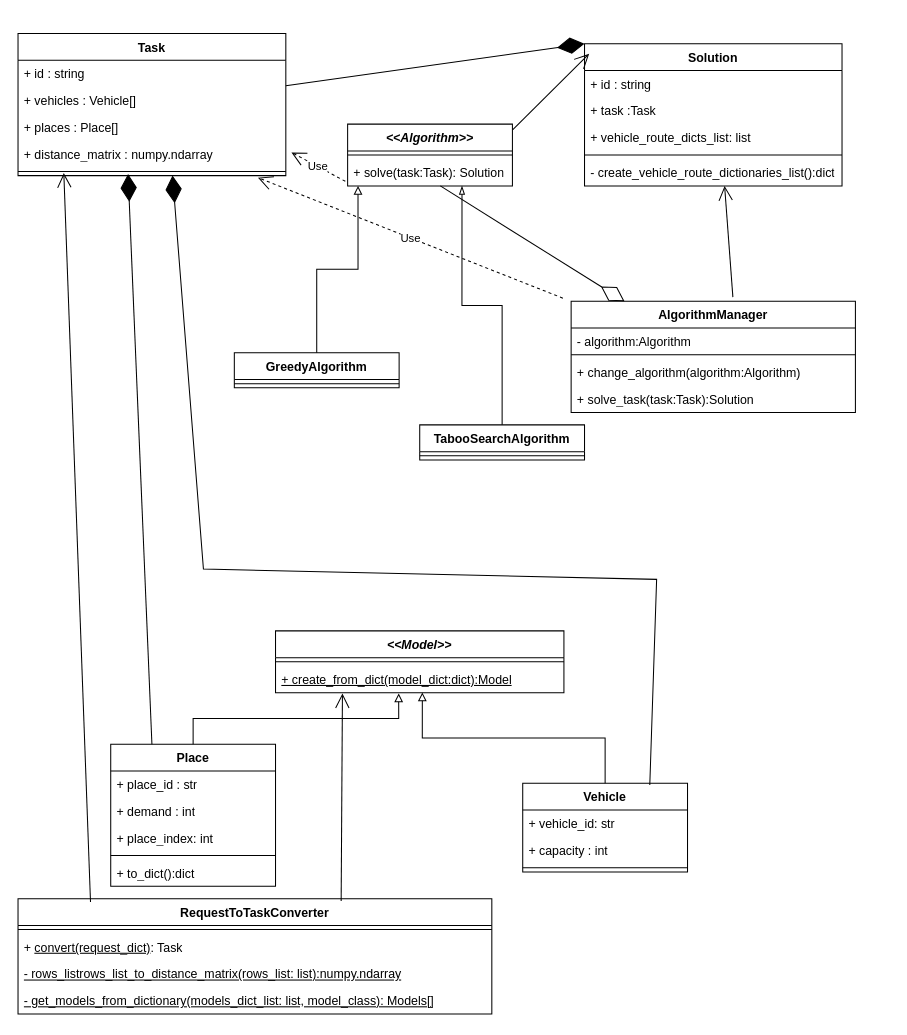
The draw.io diagram diagrams/class_diagram.drawio in AI-Alliance/OptiRoute, before the edit. Source tidied: cells renumbered, new cells numbered last; positions are measured from the earlier drawing's top-left corner, leaving out a move shared by most shapes. Both pictures are drawn from the tidied source at 103%, with x=0, y=0 at pixel (18, 33).
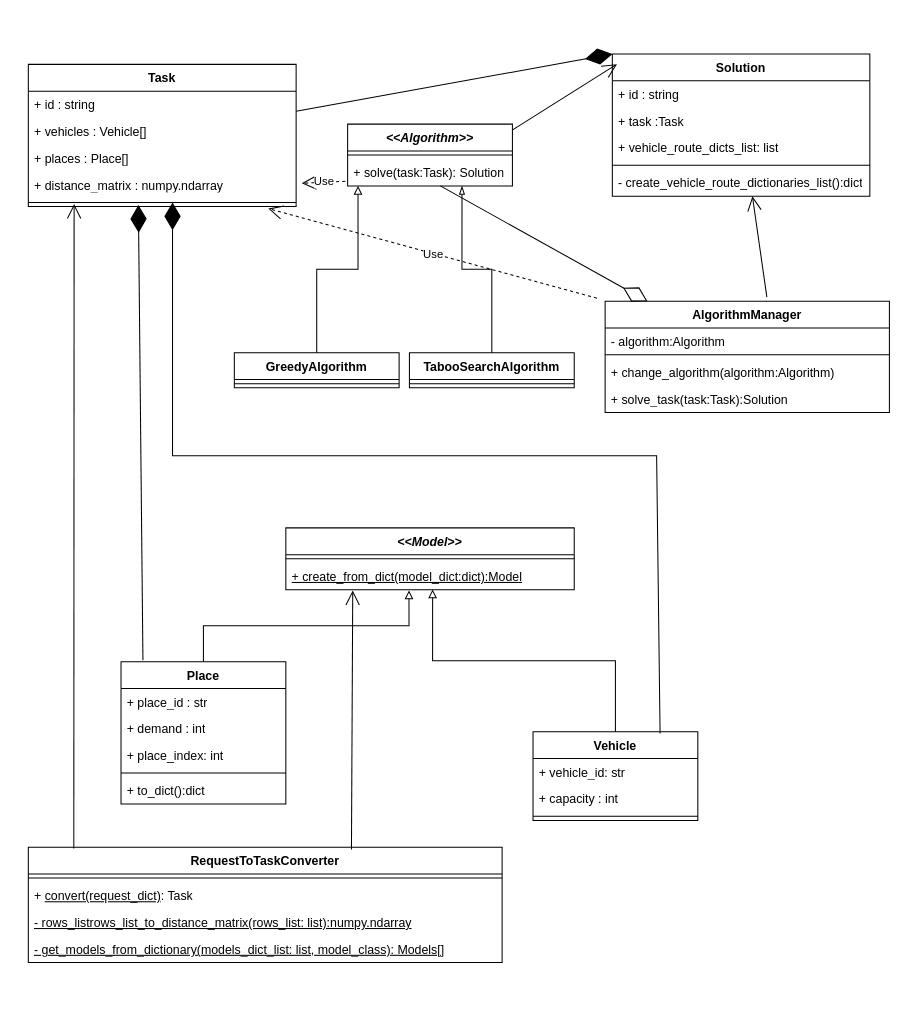
The same page after the edit.

The change refers to these unchanged cells:
```xml
<mxCell id="12" style="line;strokeWidth=1;fillColor=none;align=left;verticalAlign=middle;spacingTop=-1;spacingLeft=3;spacingRight=3;labelPosition=right;points=[];portConstraint=eastwest;strokeColor=inherit;" parent="7" vertex="1">
  <mxGeometry y="130" width="260" height="8" as="geometry" />
</mxCell>
```

What changed in the source:
```diff
@@
     <mxCell id="2" value="RequestToTaskConverter" style="swimlane;fontStyle=1;align=center;verticalAlign=top;horizontal=1;startSize=26;whiteSpace=wrap;html=1;" parent="1" vertex="1">
-      <mxGeometry y="840" width="460" height="112" as="geometry" />
+      <mxGeometry x="10" y="790" width="460" height="112" as="geometry" />
     </mxCell>
@@
     <mxCell id="7" value="Task" style="swimlane;fontStyle=1;align=center;verticalAlign=top;horizontal=1;startSize=26;whiteSpace=wrap;html=1;" parent="1" vertex="1">
-      <mxGeometry width="260" height="138" as="geometry" />
+      <mxGeometry x="10" y="30" width="260" height="138" as="geometry" />
     </mxCell>
@@
     <mxCell id="16" value="Solution" style="swimlane;fontStyle=1;align=center;verticalAlign=top;horizontal=1;startSize=26;whiteSpace=wrap;html=1;" parent="1" vertex="1">
-      <mxGeometry x="550" y="10" width="250" height="138" as="geometry" />
+      <mxGeometry x="577" y="20" width="250" height="138" as="geometry" />
     </mxCell>
@@
     <mxCell id="24" value="&lt;i&gt;&amp;lt;&amp;lt;Model&amp;gt;&amp;gt;&lt;/i&gt;" style="swimlane;fontStyle=1;align=center;verticalAlign=top;horizontal=1;startSize=26;whiteSpace=wrap;html=1;" parent="1" vertex="1">
-      <mxGeometry x="250" y="580" width="280" height="60" as="geometry" />
+      <mxGeometry x="260" y="480" width="280" height="60" as="geometry" />
     </mxCell>
@@
     <mxCell id="27" value="Place" style="swimlane;fontStyle=1;align=center;verticalAlign=top;horizontal=1;startSize=26;whiteSpace=wrap;html=1;" parent="1" vertex="1">
-      <mxGeometry x="90" y="690" width="160" height="138" as="geometry" />
+      <mxGeometry x="100" y="610" width="160" height="138" as="geometry" />
     </mxCell>
@@
     <mxCell id="33" value="Vehicle" style="swimlane;fontStyle=1;align=center;verticalAlign=top;horizontal=1;startSize=26;whiteSpace=wrap;html=1;" parent="1" vertex="1">
-      <mxGeometry x="490" y="728" width="160" height="86" as="geometry" />
+      <mxGeometry x="500" y="678" width="160" height="86" as="geometry" />
     </mxCell>
@@
-    <mxCell id="39" style="endArrow=diamondThin;endFill=1;endSize=24;html=1;rounded=0;entryX=0.411;entryY=0.81;entryDx=0;entryDy=0;entryPerimeter=0;exitX=0.25;exitY=0;exitDx=0;exitDy=0;" parent="1" edge="1" source="27" target="12">
+    <mxCell id="39" style="endArrow=diamondThin;endFill=1;endSize=24;html=1;rounded=0;entryX=0.411;entryY=0.81;entryDx=0;entryDy=0;entryPerimeter=0;exitX=0.133;exitY=-0.01;exitDx=0;exitDy=0;exitPerimeter=0;" parent="1" edge="1" source="27" target="12">
       <mxGeometry relative="1" as="geometry" />
     </mxCell>
     <mxCell id="40" style="endArrow=diamondThin;endFill=1;endSize=24;html=1;rounded=0;exitX=0.771;exitY=0.019;exitDx=0;exitDy=0;exitPerimeter=0;" parent="1" edge="1" source="33">
       <mxGeometry relative="1" as="geometry">
-        <mxPoint x="150" y="138" as="targetPoint" />
+        <mxPoint x="150" y="164" as="targetPoint" />
         <Array as="points">
-          <mxPoint x="620" y="530" />
-          <mxPoint x="180" y="520" />
+          <mxPoint x="620" y="410" />
+          <mxPoint x="150" y="410" />
         </Array>
       </mxGeometry>
     </mxCell>
@@
-    <mxCell id="42" style="endArrow=open;endFill=1;endSize=12;html=1;rounded=0;entryX=0.171;entryY=0.69;entryDx=0;entryDy=0;entryPerimeter=0;exitX=0.153;exitY=0.028;exitDx=0;exitDy=0;exitPerimeter=0;" parent="1" edge="1" source="2" target="12">
+    <mxCell id="42" style="endArrow=open;endFill=1;endSize=12;html=1;rounded=0;entryX=0.171;entryY=0.69;entryDx=0;entryDy=0;entryPerimeter=0;exitX=0.096;exitY=0.012;exitDx=0;exitDy=0;exitPerimeter=0;" parent="1" edge="1" source="2" target="12">
       <mxGeometry relative="1" as="geometry" />
     </mxCell>
@@
     <mxCell id="44" value="AlgorithmManager" style="swimlane;fontStyle=1;align=center;verticalAlign=top;horizontal=1;startSize=26;whiteSpace=wrap;html=1;" parent="1" vertex="1">
-      <mxGeometry x="537" y="260" width="276" height="108" as="geometry" />
+      <mxGeometry x="570" y="260" width="276" height="108" as="geometry" />
     </mxCell>
@@
     <mxCell id="55" value="TabooSearchAlgorithm" style="swimlane;fontStyle=1;align=center;verticalAlign=top;horizontal=1;startSize=26;whiteSpace=wrap;html=1;" parent="1" vertex="1">
-      <mxGeometry x="390" y="380" width="160" height="34" as="geometry" />
+      <mxGeometry x="380" y="310" width="160" height="34" as="geometry" />
     </mxCell>
```
